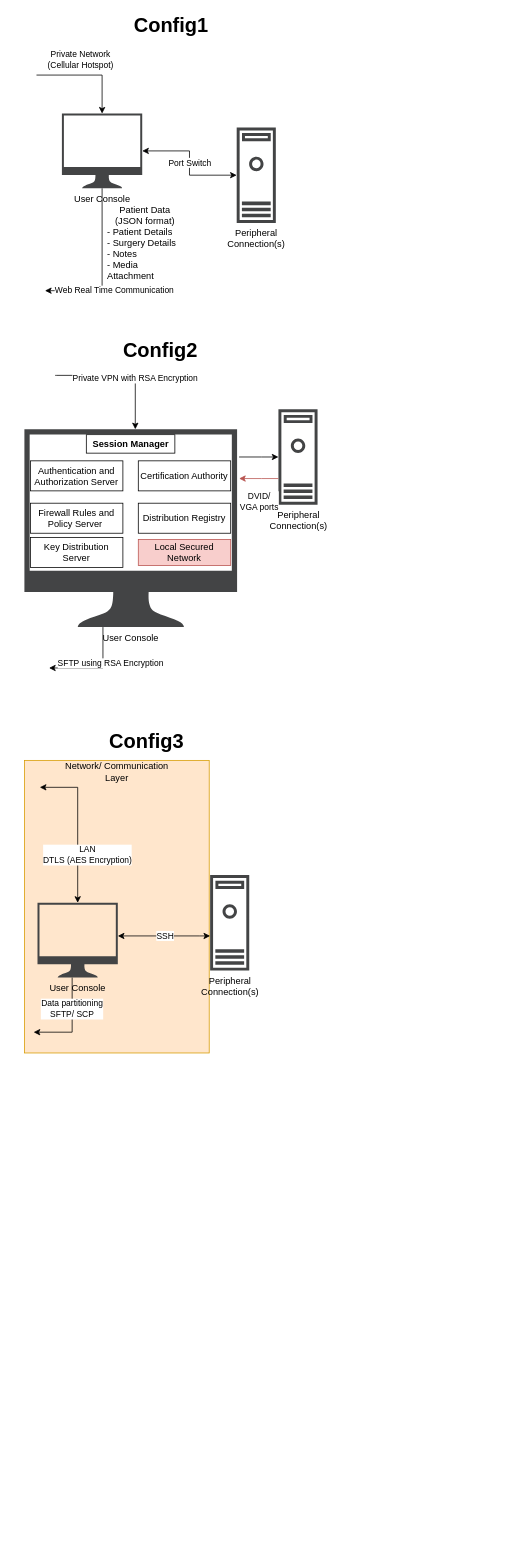
PJPDQ/Engineering-Workflows keeps this draw.io diagram as ConvMed-EndDay.drawio. Above is the earlier version. Source tidied: cells renumbered, new cells numbered last; positions are measured from the earlier drawing's top-left corner, leaving out a move shared by most shapes. Both pictures are drawn from the tidied source at 77%, with x=0, y=0 at pixel (24, 13).
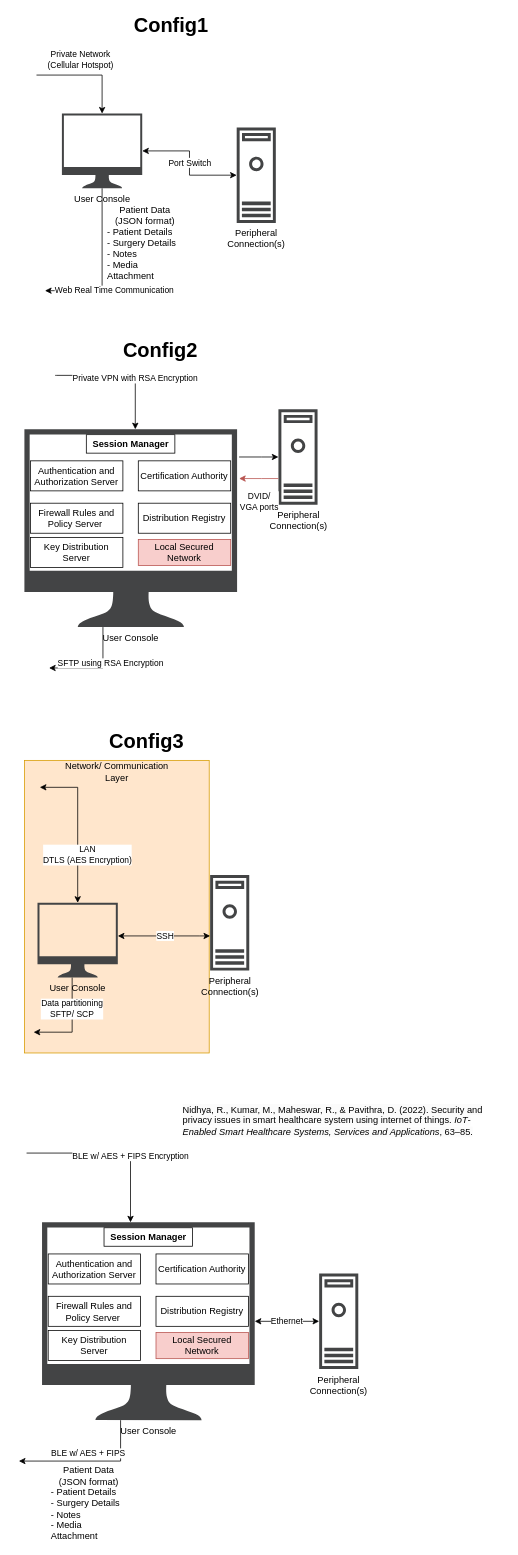
The same diagram, later.

Diff of the diagram source:
```diff
@@
+    <mxCell id="31" value="User Console" style="sketch=0;shadow=0;dashed=0;html=1;strokeColor=none;fillColor=#434445;labelPosition=center;verticalLabelPosition=bottom;verticalAlign=top;align=center;outlineConnect=0;shape=mxgraph.vvd.monitor;" parent="1" vertex="1">
+      <mxGeometry x="23.1" y="1570" width="276.2" height="256.9" as="geometry" />
+    </mxCell>
@@
+    <mxCell id="32" value="Patient Data&lt;br&gt;(JSON format)&lt;br&gt;&lt;div style=&quot;text-align: left;&quot;&gt;&lt;span style=&quot;background-color: initial;&quot;&gt;- Patient Details&lt;/span&gt;&lt;/div&gt;&lt;div style=&quot;text-align: left;&quot;&gt;&lt;span style=&quot;background-color: initial;&quot;&gt;- Surgery Details&lt;/span&gt;&lt;/div&gt;&lt;div style=&quot;text-align: left;&quot;&gt;&lt;span style=&quot;background-color: initial;&quot;&gt;- Notes&lt;/span&gt;&lt;/div&gt;&lt;div style=&quot;text-align: left;&quot;&gt;&lt;span style=&quot;background-color: initial;&quot;&gt;- Media Attachment&lt;/span&gt;&lt;/div&gt;" style="text;html=1;align=center;verticalAlign=middle;whiteSpace=wrap;rounded=0;" parent="1" vertex="1">
+      <mxGeometry x="34.3" y="1890" width="100" height="90" as="geometry" />
+    </mxCell>
+    <mxCell id="33" value="Ethernet" style="edgeStyle=orthogonalEdgeStyle;rounded=0;jettySize=auto;html=1;startArrow=classic;startFill=1;" parent="1" edge="1" source="34" target="31">
+      <mxGeometry relative="1" as="geometry" />
+    </mxCell>
+    <mxCell id="34" value="Peripheral&lt;br&gt;Connection(s)" style="sketch=0;shadow=0;dashed=0;html=1;strokeColor=none;fillColor=#434445;labelPosition=center;verticalLabelPosition=bottom;verticalAlign=top;align=center;outlineConnect=0;shape=mxgraph.vvd.machine;" parent="1" vertex="1">
+      <mxGeometry x="383" y="1636.5" width="50.8" height="124" as="geometry" />
+    </mxCell>
+    <mxCell id="35" value="&lt;b&gt;Session Manager&lt;/b&gt;" style="rounded=0;whiteSpace=wrap;html=1;" parent="1" vertex="1">
+      <mxGeometry x="103.6" y="1577" width="115" height="24" as="geometry" />
+    </mxCell>
+    <mxCell id="36" value="Authentication and Authorization Server" style="rounded=0;whiteSpace=wrap;html=1;" parent="1" vertex="1">
+      <mxGeometry x="31.1" y="1611" width="120" height="39" as="geometry" />
+    </mxCell>
+    <mxCell id="37" value="Firewall Rules and Policy Server&amp;nbsp;" style="rounded=0;whiteSpace=wrap;html=1;" parent="1" vertex="1">
+      <mxGeometry x="31.1" y="1666" width="120" height="39" as="geometry" />
+    </mxCell>
+    <mxCell id="38" value="Certification Authority" style="rounded=0;whiteSpace=wrap;html=1;" parent="1" vertex="1">
+      <mxGeometry x="171.1" y="1611" width="120" height="39" as="geometry" />
+    </mxCell>
+    <mxCell id="39" value="Distribution Registry" style="rounded=0;whiteSpace=wrap;html=1;" parent="1" vertex="1">
+      <mxGeometry x="171.1" y="1666" width="120" height="39" as="geometry" />
+    </mxCell>
+    <mxCell id="40" value="Key Distribution Server" style="rounded=0;whiteSpace=wrap;html=1;" parent="1" vertex="1">
+      <mxGeometry x="31.1" y="1710.5" width="120" height="39" as="geometry" />
+    </mxCell>
+    <mxCell id="41" value="Local Secured Network" style="rounded=0;whiteSpace=wrap;html=1;fillColor=#f8cecc;strokeColor=#b85450;" parent="1" vertex="1">
+      <mxGeometry x="171.1" y="1713" width="120" height="34" as="geometry" />
+    </mxCell>
+    <mxCell id="42" value="BLE w/ AES + FIPS" style="edgeStyle=orthogonalEdgeStyle;rounded=0;jettySize=auto;html=1;" parent="1" edge="1" source="31">
+      <mxGeometry x="0.03" y="-10" relative="1" as="geometry">
+        <mxPoint x="-7" y="1880" as="targetPoint" />
+        <Array as="points">
+          <mxPoint x="125.1" y="1880" />
+        </Array>
+      </mxGeometry>
+    </mxCell>
+    <mxCell id="43" value="BLE w/ AES + FIPS Encryption" style="edgeStyle=orthogonalEdgeStyle;rounded=0;jettySize=auto;html=1;startArrow=classic;startFill=1;endArrow=none;endFill=0;" parent="1" edge="1" source="31">
+      <mxGeometry x="-0.24" relative="1" as="geometry">
+        <mxPoint x="3" y="1480" as="targetPoint" />
+        <Array as="points">
+          <mxPoint x="138" y="1480" />
+        </Array>
+      </mxGeometry>
+    </mxCell>
+    <mxCell id="44" value="&lt;span style=&quot;color: rgb(0, 0, 0); font-family: Helvetica; font-size: 12px; font-style: normal; font-variant-ligatures: normal; font-variant-caps: normal; font-weight: 400; letter-spacing: normal; orphans: 2; text-align: left; text-indent: -24px; text-transform: none; widows: 2; word-spacing: 0px; -webkit-text-stroke-width: 0px; white-space: normal; background-color: rgb(251, 251, 251); text-decoration-thickness: initial; text-decoration-style: initial; text-decoration-color: initial; display: inline !important; float: none;&quot;&gt;Nidhya, R., Kumar, M., Maheswar, R., &amp;amp; Pavithra, D. (2022). Security and privacy issues in smart healthcare system using internet of things.&lt;span&gt;&amp;nbsp;&lt;/span&gt;&lt;/span&gt;&lt;i style=&quot;color: rgb(0, 0, 0); font-family: Helvetica; font-size: 12px; font-variant-ligatures: normal; font-variant-caps: normal; font-weight: 400; letter-spacing: normal; orphans: 2; text-align: left; text-indent: -24px; text-transform: none; widows: 2; word-spacing: 0px; -webkit-text-stroke-width: 0px; white-space: normal; background-color: rgb(251, 251, 251); text-decoration-thickness: initial; text-decoration-style: initial; text-decoration-color: initial;&quot;&gt;IoT‐Enabled Smart Healthcare Systems, Services and Applications&lt;/i&gt;&lt;span style=&quot;color: rgb(0, 0, 0); font-family: Helvetica; font-size: 12px; font-style: normal; font-variant-ligatures: normal; font-variant-caps: normal; font-weight: 400; letter-spacing: normal; orphans: 2; text-align: left; text-indent: -24px; text-transform: none; widows: 2; word-spacing: 0px; -webkit-text-stroke-width: 0px; white-space: normal; background-color: rgb(251, 251, 251); text-decoration-thickness: initial; text-decoration-style: initial; text-decoration-color: initial; display: inline !important; float: none;&quot;&gt;, 63–85.&lt;/span&gt;" style="text;whiteSpace=wrap;html=1;" parent="1" vertex="1">
+      <mxGeometry x="203.6" y="1410" width="420" height="70" as="geometry" />
+    </mxCell>
```
